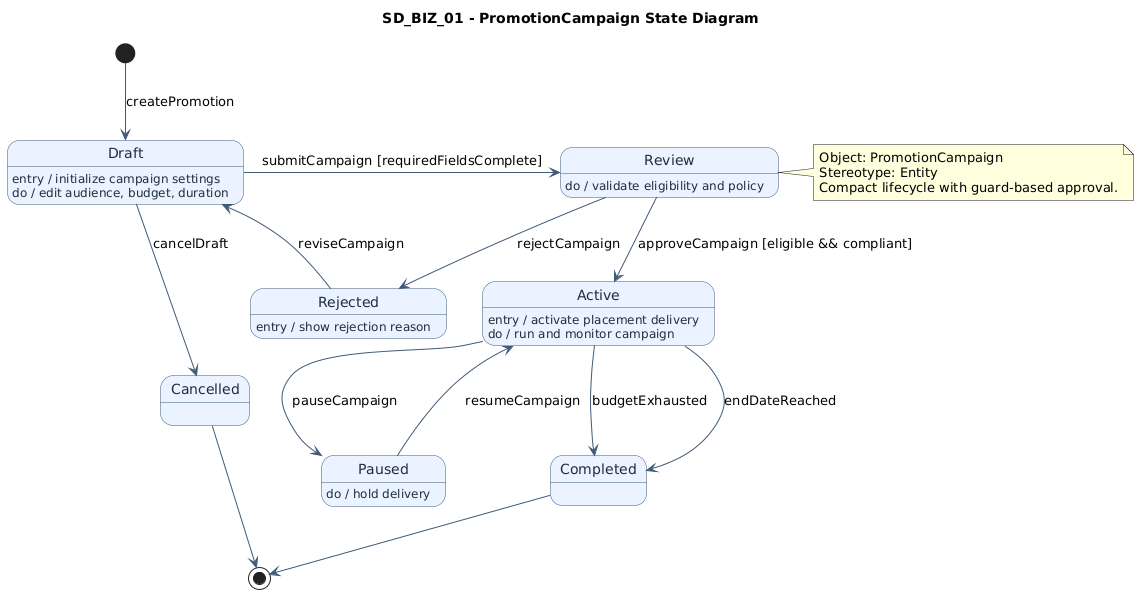
gorge-unc23/4ThePlot keeps this PlantUML diagram as State Diagrams/BusinessRole/SD_BIZ_01_Promotion_Campaign.png. Above is the earlier version.
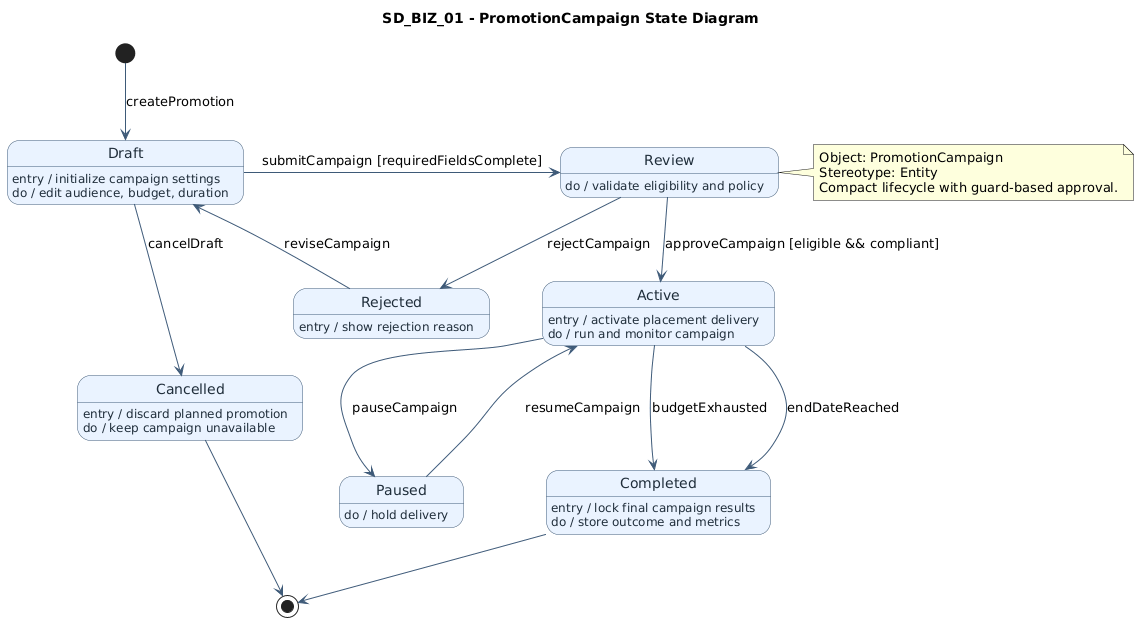
The same file after the commit.

Diff of the diagram source:
```diff
@@ -38,7 +38,11 @@
 Paused --> Active : resumeCampaign
 
 state Completed
+Completed : entry / lock final campaign results
+Completed : do / store outcome and metrics
 state Cancelled
+Cancelled : entry / discard planned promotion
+Cancelled : do / keep campaign unavailable
 
 Completed --> [*]
 Cancelled --> [*]
```
